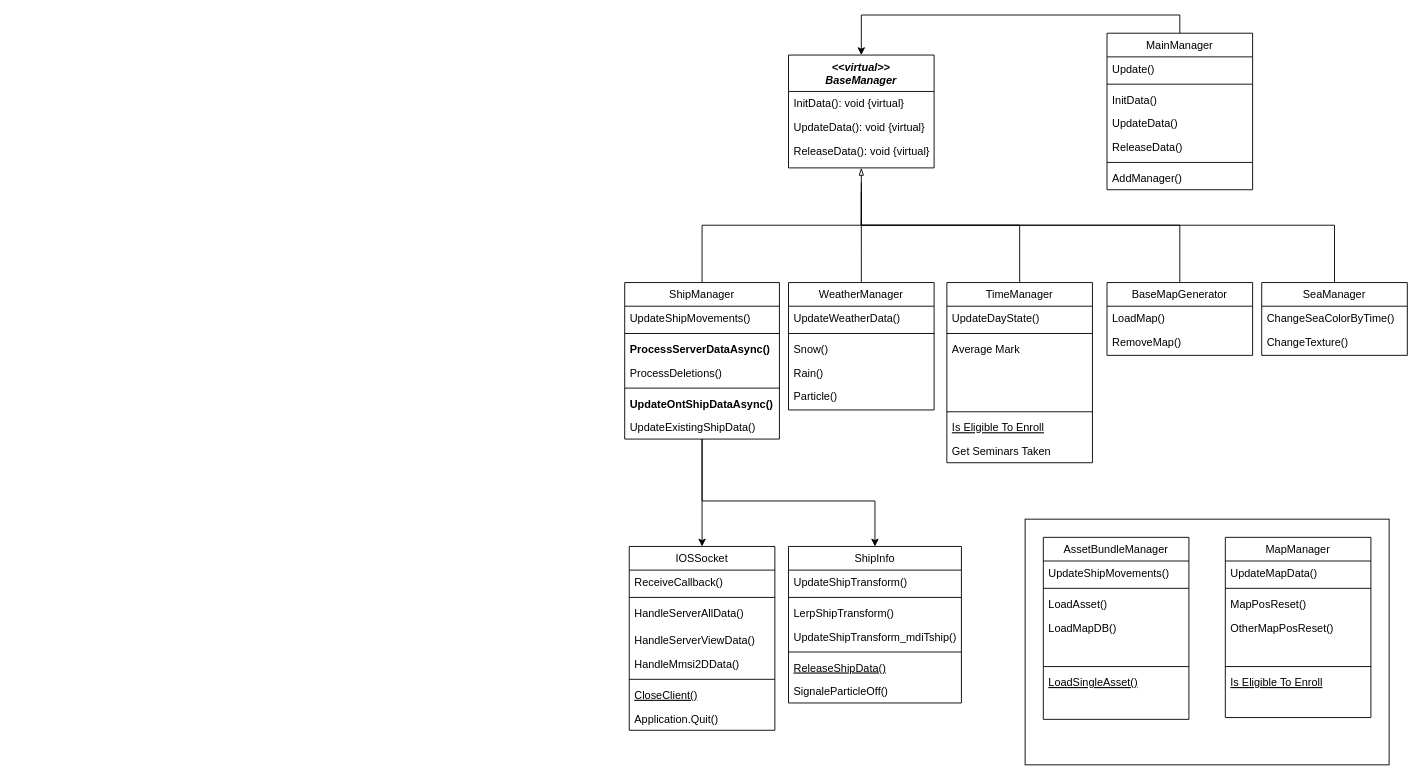
Before: MM_Unity6.drawio in duckgoo9/MM-unity6-drawio, a draw.io diagram. Source tidied: cells renumbered, new cells numbered last; positions are measured from the earlier drawing's top-left corner, leaving out a move shared by most shapes. Both pictures are drawn from the tidied source at 91%, with x=0, y=0 at pixel (624, 33).
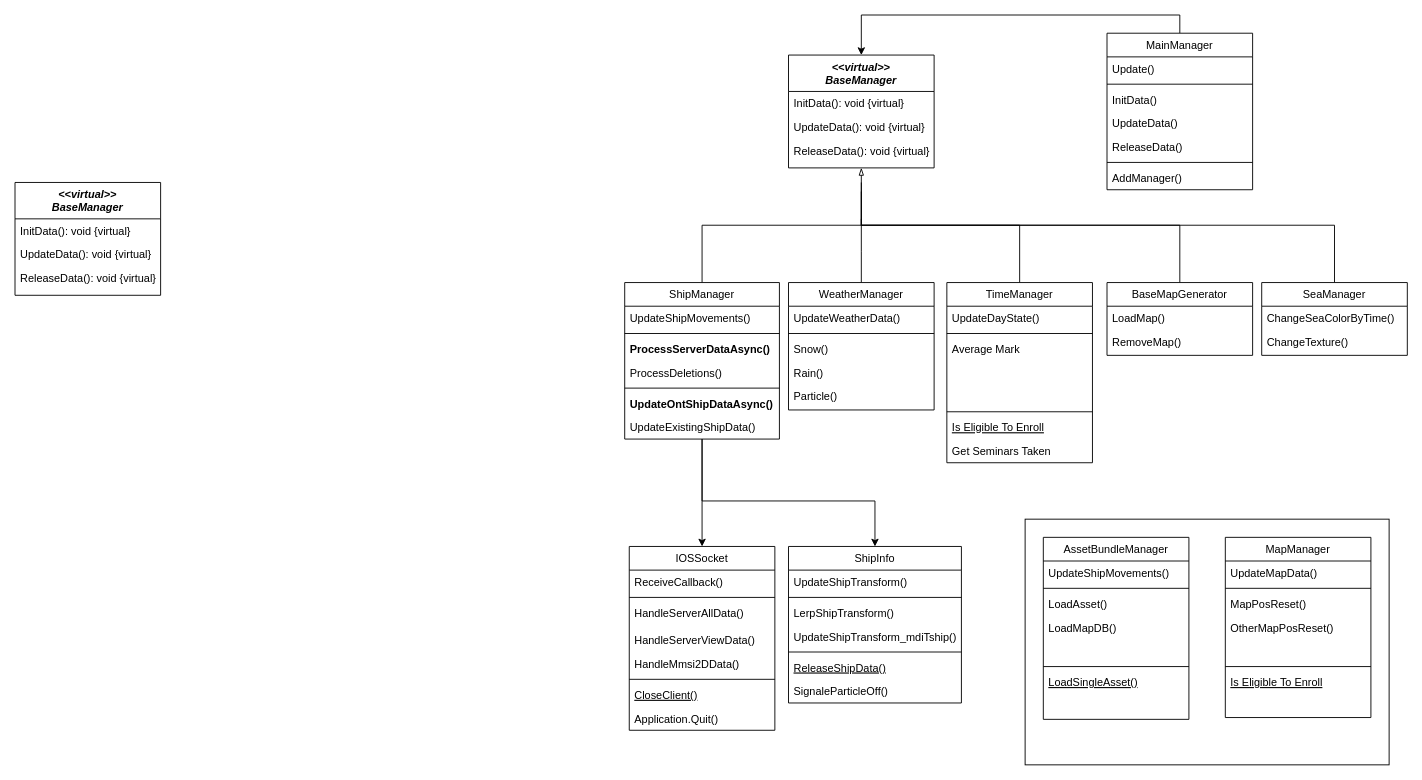
After the change.

What changed in the source:
```diff
@@
+    <mxCell id="85" value="&lt;&lt;virtual&gt;&gt;&#10;BaseManager" style="swimlane;fontStyle=3;align=center;verticalAlign=top;horizontal=1;startSize=40;rounded=0;shadow=0;strokeWidth=1;" parent="1" vertex="1">
+      <mxGeometry x="-670" y="164" width="160" height="124" as="geometry" />
+    </mxCell>
+    <mxCell id="86" value="InitData(): void {virtual} " style="text;align=left;verticalAlign=top;spacingLeft=4;spacingRight=4;overflow=hidden;" parent="85" vertex="1">
+      <mxGeometry y="40" width="160" height="26" as="geometry" />
+    </mxCell>
+    <mxCell id="87" value="UpdateData(): void {virtual}" style="text;align=left;verticalAlign=top;spacingLeft=4;spacingRight=4;overflow=hidden;rounded=0;shadow=0;html=0;" parent="85" vertex="1">
+      <mxGeometry y="66" width="160" height="26" as="geometry" />
+    </mxCell>
+    <mxCell id="88" value="ReleaseData(): void {virtual}" style="text;align=left;verticalAlign=top;spacingLeft=4;spacingRight=4;overflow=hidden;" parent="85" vertex="1">
+      <mxGeometry y="92" width="160" height="26" as="geometry" />
+    </mxCell>
```
